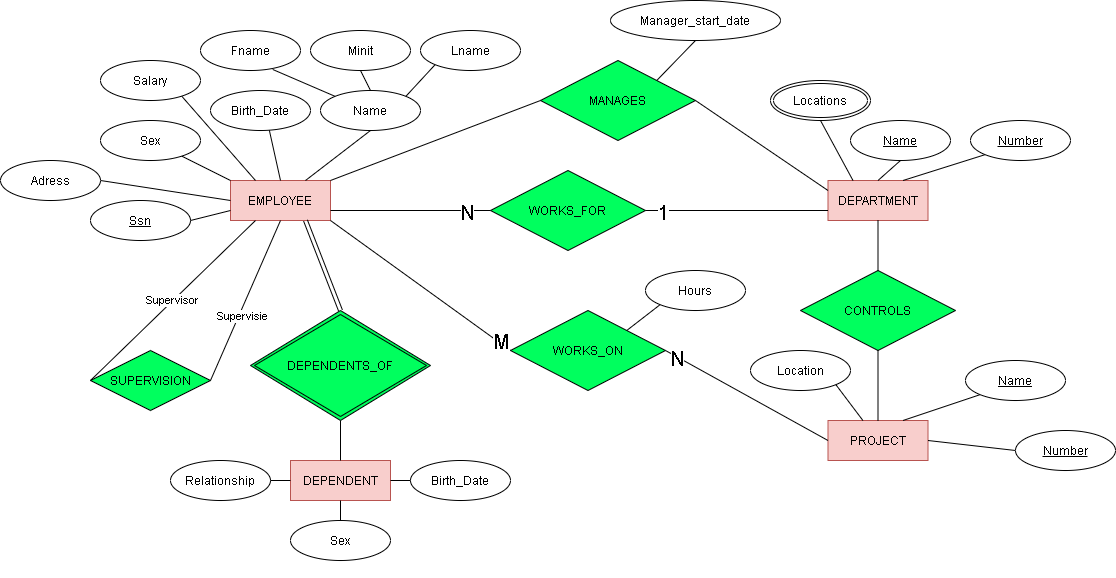
Earlier version of the draw.io export Company ER.png (Ugur0855/Company_ER_Diagram). Source tidied: cells renumbered, new cells last; positions are measured from the earlier drawing's top-left corner, leaving out a move shared by most shapes.
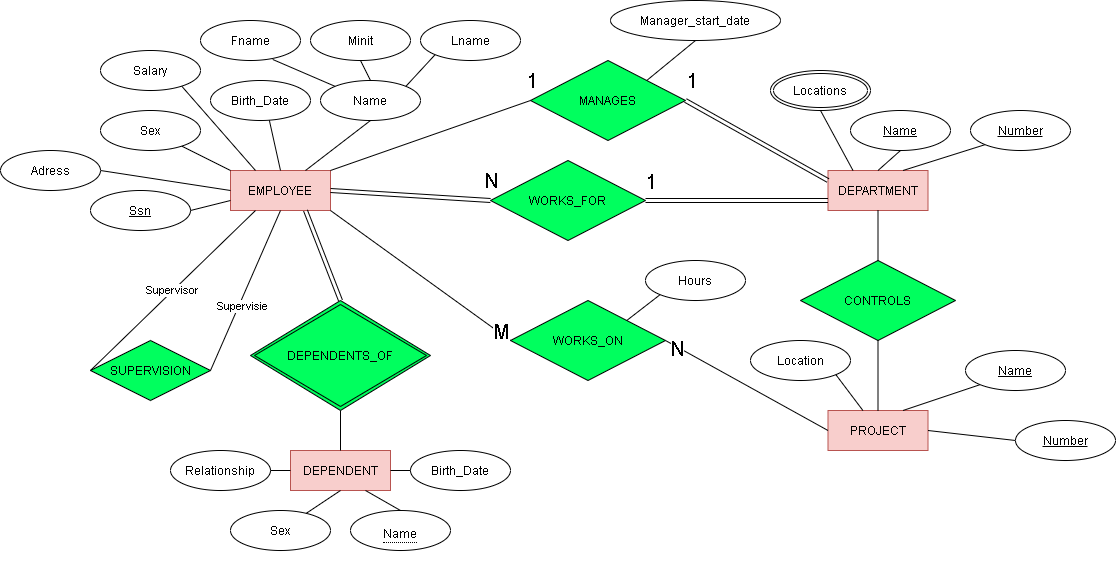
After the change.

What changed in the source:
```diff
@@ -78,7 +78,7 @@
       <mxGeometry x="410" y="460" width="100" height="40" as="geometry" />
     </mxCell>
     <mxCell id="27" value="Sex" style="ellipse;whiteSpace=wrap;html=1;align=center;" parent="1" vertex="1">
-      <mxGeometry x="290" y="520" width="100" height="40" as="geometry" />
+      <mxGeometry x="230" y="520" width="100" height="40" as="geometry" />
     </mxCell>
     <mxCell id="28" style="endArrow=none;html=1;rounded=0;entryX=0.5;entryY=1;entryDx=0;entryDy=0;" parent="1" edge="1" source="27" target="5">
       <mxGeometry relative="1" as="geometry" />
@@ -108,7 +108,7 @@
       <mxGeometry relative="1" as="geometry" />
     </mxCell>
     <mxCell id="37" value="Manager_start_date" style="ellipse;whiteSpace=wrap;html=1;align=center;" parent="1" vertex="1">
-      <mxGeometry x="610" width="170" height="40" as="geometry" />
+      <mxGeometry x="610" y="10" width="170" height="40" as="geometry" />
     </mxCell>
     <mxCell id="38" style="endArrow=none;html=1;rounded=0;entryX=0.5;entryY=0;entryDx=0;entryDy=0;exitX=0.5;exitY=1;exitDx=0;exitDy=0;" parent="1" edge="1" source="39" target="4">
       <mxGeometry relative="1" as="geometry" />
@@ -134,27 +134,41 @@
     <mxCell id="45" value="WORKS_FOR" style="shape=rhombus;perimeter=rhombusPerimeter;whiteSpace=wrap;html=1;align=center;fillColor=#00FF5E;" parent="1" vertex="1">
       <mxGeometry x="490" y="170" width="155" height="80" as="geometry" />
     </mxCell>
-    <mxCell id="46" style="endArrow=none;html=1;rounded=0;exitX=1;exitY=0.75;exitDx=0;exitDy=0;entryX=0;entryY=0.5;entryDx=0;entryDy=0;" parent="1" edge="1" source="2" target="45">
+    <mxCell id="46" style="endArrow=none;html=1;rounded=0;exitX=1;exitY=0.5;exitDx=0;exitDy=0;entryX=0;entryY=0.5;entryDx=0;entryDy=0;shape=link;" parent="1" edge="1" source="2" target="45">
       <mxGeometry relative="1" as="geometry" />
     </mxCell>
     <mxCell id="47" value="N" style="edgeLabel;html=1;align=center;verticalAlign=middle;fontSize=20;" parent="46" vertex="1">
-      <mxGeometry x="0.7" y="-1" relative="1" as="geometry" />
+      <mxGeometry x="0.87" y="1" relative="1" as="geometry">
+        <mxPoint x="10.2" y="-18.4" as="offset" />
+      </mxGeometry>
     </mxCell>
-    <mxCell id="48" style="endArrow=none;html=1;rounded=0;exitX=1;exitY=0.5;exitDx=0;exitDy=0;entryX=0;entryY=0.75;entryDx=0;entryDy=0;" parent="1" edge="1" source="45" target="4">
+    <mxCell id="48" style="endArrow=none;html=1;rounded=0;exitX=1;exitY=0.5;exitDx=0;exitDy=0;entryX=0;entryY=0.75;entryDx=0;entryDy=0;shape=link;" parent="1" edge="1" source="45" target="4">
       <mxGeometry relative="1" as="geometry" />
     </mxCell>
     <mxCell id="49" value="1" style="edgeLabel;html=1;align=center;verticalAlign=middle;fontSize=20;" parent="48" vertex="1">
-      <mxGeometry x="-0.81" y="-1" relative="1" as="geometry" />
+      <mxGeometry x="-0.81" y="-1" relative="1" as="geometry">
+        <mxPoint x="-12" y="-21" as="offset" />
+      </mxGeometry>
     </mxCell>
     <mxCell id="50" value="MANAGES" style="shape=rhombus;perimeter=rhombusPerimeter;whiteSpace=wrap;html=1;align=center;fillColor=#00FF5E;" parent="1" vertex="1">
-      <mxGeometry x="540" y="60" width="155" height="80" as="geometry" />
+      <mxGeometry x="530" y="70" width="155" height="80" as="geometry" />
     </mxCell>
     <mxCell id="51" style="endArrow=none;html=1;rounded=0;exitX=1;exitY=0;exitDx=0;exitDy=0;entryX=0;entryY=0.5;entryDx=0;entryDy=0;" parent="1" edge="1" source="2" target="50">
       <mxGeometry relative="1" as="geometry" />
     </mxCell>
+    <mxCell id="70" value="1" style="edgeLabel;html=1;align=center;verticalAlign=middle;fontSize=20;" parent="51" vertex="1">
+      <mxGeometry x="0.82" relative="1" as="geometry">
+        <mxPoint x="19.3" y="-26.4" as="offset" />
+      </mxGeometry>
+    </mxCell>
-    <mxCell id="52" style="endArrow=none;html=1;rounded=0;exitX=1;exitY=0.5;exitDx=0;exitDy=0;entryX=0;entryY=0.25;entryDx=0;entryDy=0;" parent="1" edge="1" source="50" target="4">
+    <mxCell id="52" style="endArrow=none;html=1;rounded=0;entryX=0;entryY=0.25;entryDx=0;entryDy=0;shape=link;exitX=1;exitY=0.5;exitDx=0;exitDy=0;" parent="1" edge="1" source="50" target="4">
       <mxGeometry relative="1" as="geometry" />
     </mxCell>
+    <mxCell id="71" value="1" style="edgeLabel;html=1;align=center;verticalAlign=middle;fontSize=20;" parent="52" vertex="1">
+      <mxGeometry x="-0.78" y="4" relative="1" as="geometry">
+        <mxPoint x="-11.6" y="-25.4" as="offset" />
+      </mxGeometry>
+    </mxCell>
     <mxCell id="53" value="CONTROLS" style="shape=rhombus;perimeter=rhombusPerimeter;whiteSpace=wrap;html=1;align=center;fillColor=#00FF5E;" parent="1" vertex="1">
       <mxGeometry x="800" y="270" width="155" height="80" as="geometry" />
     </mxCell>
@@ -208,5 +222,17 @@
     <mxCell id="69" style="endArrow=none;html=1;rounded=0;entryX=0;entryY=0.5;entryDx=0;entryDy=0;exitX=1;exitY=0.5;exitDx=0;exitDy=0;" parent="1" edge="1" source="5" target="26">
       <mxGeometry relative="1" as="geometry" />
     </mxCell>
+    <mxCell id="72" style="endArrow=none;html=1;rounded=0;entryX=0.75;entryY=1;entryDx=0;entryDy=0;exitX=0.5;exitY=0;exitDx=0;exitDy=0;" parent="1" edge="1" source="74" target="5">
+      <mxGeometry relative="1" as="geometry" />
+    </mxCell>
+    <mxCell id="73" style="edgeStyle=none;shape=link;rounded=1;comic=1;orthogonalLoop=1;jettySize=auto;html=1;exitX=0.5;exitY=1;exitDx=0;exitDy=0;strokeColor=#000000;" parent="1" edge="1">
+      <mxGeometry relative="1" as="geometry">
+        <mxPoint x="410" y="560" as="sourcePoint" />
+        <mxPoint x="410" y="560" as="targetPoint" />
+      </mxGeometry>
+    </mxCell>
+    <mxCell id="74" value="&lt;span style=&quot;border-bottom: 1px dotted&quot;&gt;&lt;font style=&quot;font-size: 12px&quot;&gt;Name&lt;/font&gt;&lt;/span&gt;" style="ellipse;whiteSpace=wrap;html=1;align=center;rounded=0;shadow=0;sketch=0;fontSize=20;" parent="1" vertex="1">
+      <mxGeometry x="350" y="520" width="100" height="40" as="geometry" />
+    </mxCell>
   </root>
 </mxGraphModel>
```
